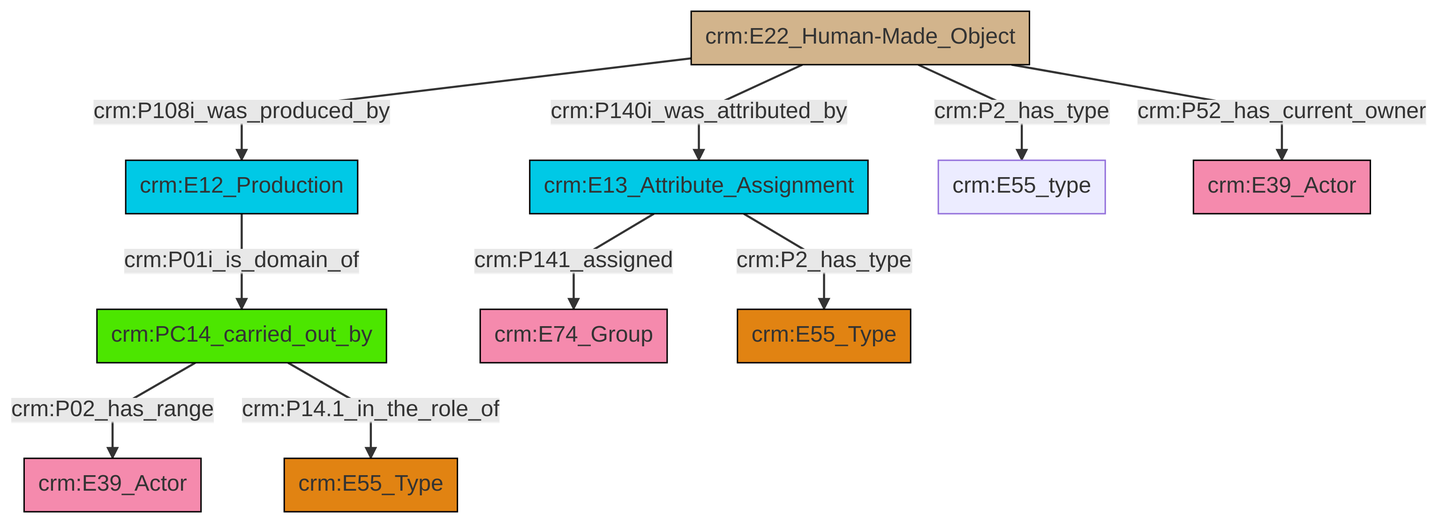
swiss-art-research-net/reference-data-models keeps this Mermaid diagram as et/builtWorkCSV/ttl/mmd/png/Built_Work_actor_relations.png. Above is the earlier version. Its source is kept beside it as et/builtWorkCSV/ttl/mmd/Built_Work_actor_relations.ttl.mmd.
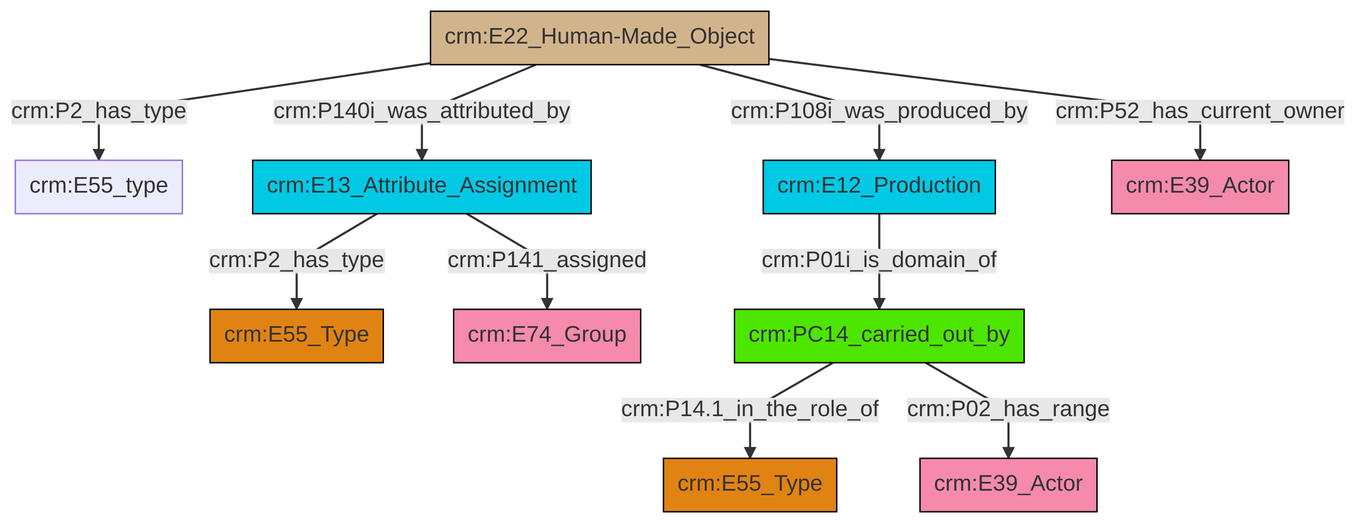
The same diagram one commit later.

The edit, as a diff of the source:
```diff
@@ -13,12 +13,12 @@
 classDef PC_Classes fill:#4ce600, stroke:#000000;
 classDef Multi fill:#cccccc,stroke:#000000;
 
-0["crm:PC14_carried_out_by"]:::PC_Classes -->|crm:P02_has_range| 1["crm:E39_Actor"]:::Actor
-2["crm:E13_Attribute_Assignment"]:::Temporal_Entity -->|crm:P141_assigned| 3["crm:E74_Group"]:::Actor
-11["crm:E22_Human-Made_Object"]:::Physical_Thing -->|crm:P140i_was_attributed_by| 2["crm:E13_Attribute_Assignment"]:::Temporal_Entity
-11["crm:E22_Human-Made_Object"]:::Physical_Thing -->|crm:P2_has_type| 6["crm:E55_type"]:::Default
-11["crm:E22_Human-Made_Object"]:::Physical_Thing -->|crm:P108i_was_produced_by| 4["crm:E12_Production"]:::Temporal_Entity
-2["crm:E13_Attribute_Assignment"]:::Temporal_Entity -->|crm:P2_has_type| 16["crm:E55_Type"]:::Type
-0["crm:PC14_carried_out_by"]:::PC_Classes -->|crm:P14.1_in_the_role_of| 13["crm:E55_Type"]:::Type
-11["crm:E22_Human-Made_Object"]:::Physical_Thing -->|crm:P52_has_current_owner| 8["crm:E39_Actor"]:::Actor
-4["crm:E12_Production"]:::Temporal_Entity -->|crm:P01i_is_domain_of| 0["crm:PC14_carried_out_by"]:::PC_Classes
+4["crm:E22_Human-Made_Object"]:::Physical_Thing -->|crm:P2_has_type| 5["crm:E55_type"]:::Default
+6["crm:E12_Production"]:::Temporal_Entity -->|crm:P01i_is_domain_of| 8["crm:PC14_carried_out_by"]:::PC_Classes
+9["crm:E13_Attribute_Assignment"]:::Temporal_Entity -->|crm:P2_has_type| 2["crm:E55_Type"]:::Type
+9["crm:E13_Attribute_Assignment"]:::Temporal_Entity -->|crm:P141_assigned| 10["crm:E74_Group"]:::Actor
+8["crm:PC14_carried_out_by"]:::PC_Classes -->|crm:P14.1_in_the_role_of| 0["crm:E55_Type"]:::Type
+4["crm:E22_Human-Made_Object"]:::Physical_Thing -->|crm:P140i_was_attributed_by| 9["crm:E13_Attribute_Assignment"]:::Temporal_Entity
+4["crm:E22_Human-Made_Object"]:::Physical_Thing -->|crm:P108i_was_produced_by| 6["crm:E12_Production"]:::Temporal_Entity
+8["crm:PC14_carried_out_by"]:::PC_Classes -->|crm:P02_has_range| 11["crm:E39_Actor"]:::Actor
+4["crm:E22_Human-Made_Object"]:::Physical_Thing -->|crm:P52_has_current_owner| 16["crm:E39_Actor"]:::Actor
```
